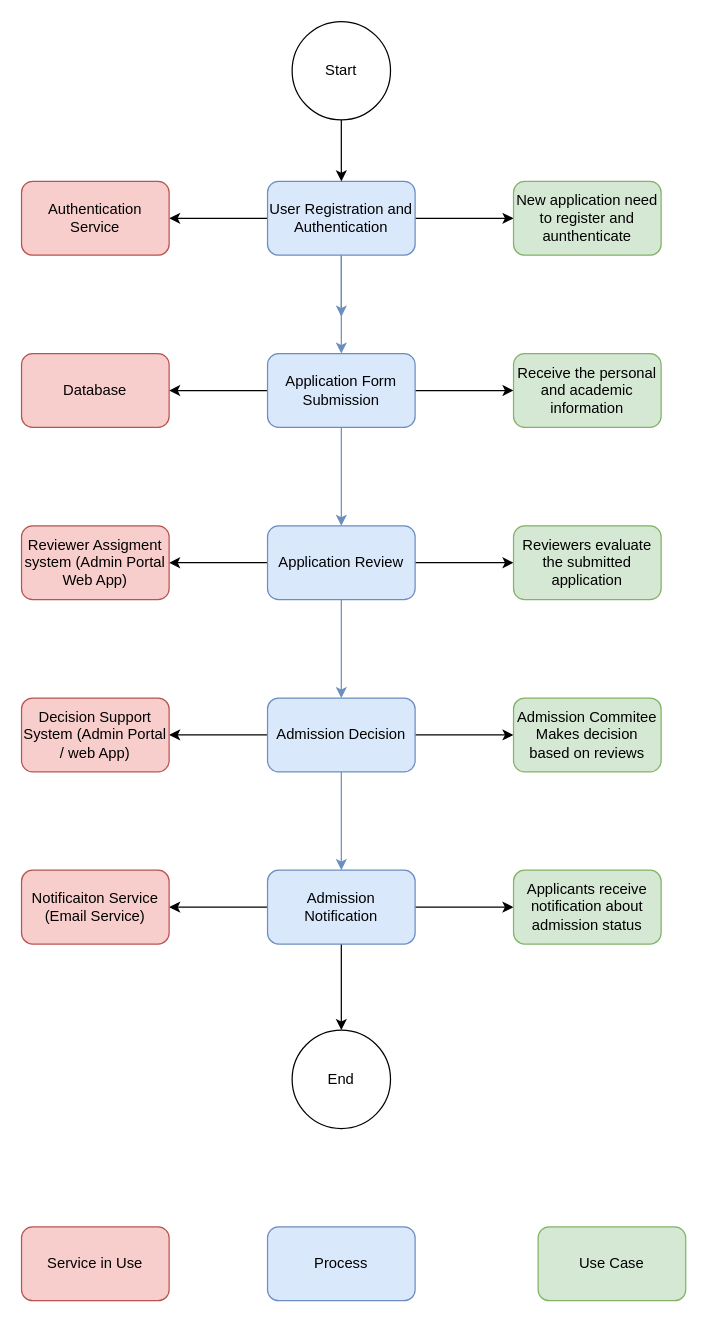
Before: page "BPMN" (1 of 11) of duk_website.drawio in 00Himanshu/System-Security-and-Risk-Analysis, a draw.io diagram. Source tidied: cells renumbered, new cells numbered last; positions are measured from the earlier drawing's top-left corner, leaving out a move shared by most shapes. Both pictures are drawn from the tidied source at 123%, with x=0, y=0 at pixel (21, 21).
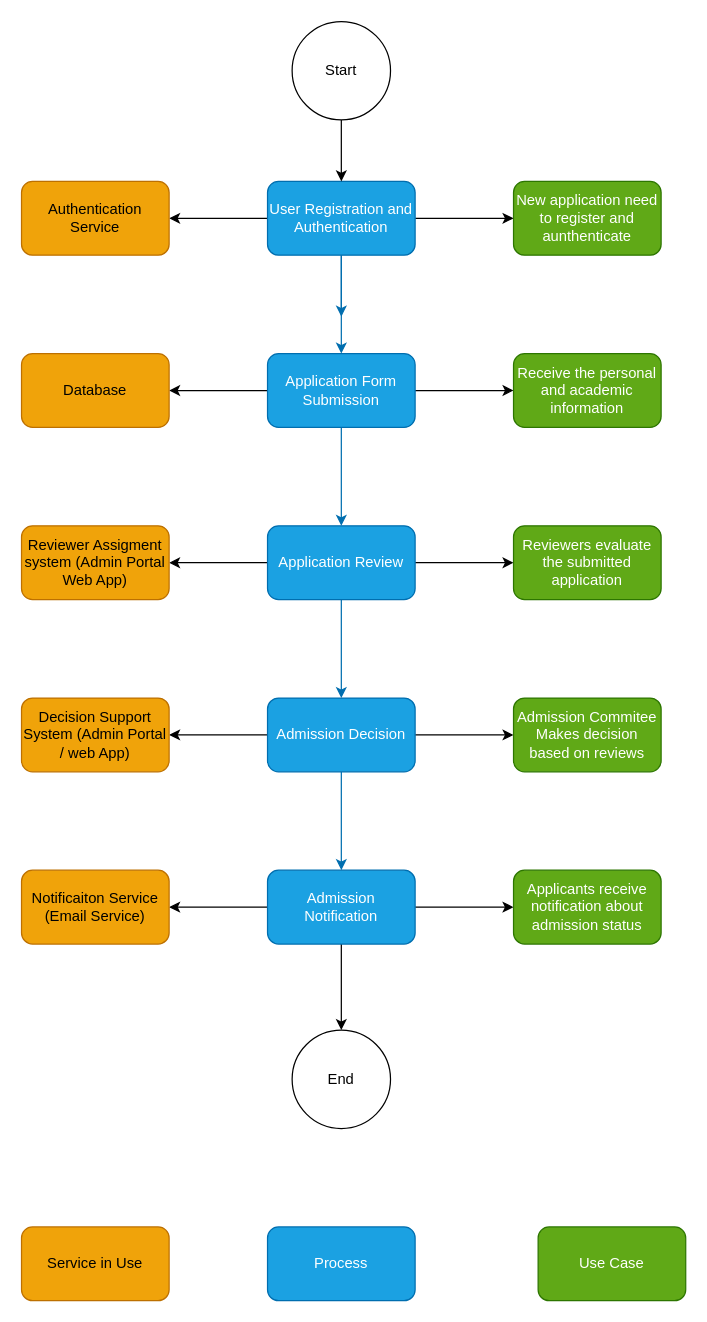
After the change.

Change to the diagram source:
```diff
@@
-    <mxCell id="2" style="edgeStyle=orthogonalEdgeStyle;rounded=0;jettySize=auto;html=1;fillColor=#dae8fc;strokeColor=#6c8ebf;" parent="1" edge="1" source="6">
+    <mxCell id="2" style="edgeStyle=orthogonalEdgeStyle;rounded=0;jettySize=auto;html=1;fillColor=#1ba1e2;strokeColor=#006EAF;" parent="1" edge="1" source="6">
       <mxGeometry relative="1" as="geometry">
         <mxPoint x="260" y="240" as="targetPoint" />
       </mxGeometry>
     </mxCell>
-    <mxCell id="3" style="edgeStyle=orthogonalEdgeStyle;rounded=0;jettySize=auto;html=1;fillColor=#dae8fc;strokeColor=#6c8ebf;" parent="1" edge="1" source="6" target="12">
+    <mxCell id="3" style="edgeStyle=orthogonalEdgeStyle;rounded=0;jettySize=auto;html=1;fillColor=#1ba1e2;strokeColor=#006EAF;" parent="1" edge="1" source="6" target="12">
       <mxGeometry relative="1" as="geometry" />
     </mxCell>
@@
-    <mxCell id="6" value="User Registration and Authentication" style="rounded=1;whiteSpace=wrap;html=1;fillColor=#dae8fc;strokeColor=#6c8ebf;" parent="1" vertex="1">
+    <mxCell id="6" value="User Registration and Authentication" style="rounded=1;whiteSpace=wrap;html=1;fillColor=#1ba1e2;strokeColor=#006EAF;fontColor=#ffffff;" parent="1" vertex="1">
       <mxGeometry x="200" y="130" width="120" height="60" as="geometry" />
     </mxCell>
@@
-    <mxCell id="9" style="edgeStyle=orthogonalEdgeStyle;rounded=0;jettySize=auto;html=1;fillColor=#dae8fc;strokeColor=#6c8ebf;" parent="1" edge="1" source="12" target="16">
+    <mxCell id="9" style="edgeStyle=orthogonalEdgeStyle;rounded=0;jettySize=auto;html=1;fillColor=#1ba1e2;strokeColor=#006EAF;" parent="1" edge="1" source="12" target="16">
       <mxGeometry relative="1" as="geometry" />
     </mxCell>
@@
-    <mxCell id="12" value="Application Form Submission" style="whiteSpace=wrap;html=1;rounded=1;fillColor=#dae8fc;strokeColor=#6c8ebf;" parent="1" vertex="1">
+    <mxCell id="12" value="Application Form Submission" style="whiteSpace=wrap;html=1;rounded=1;fillColor=#1ba1e2;strokeColor=#006EAF;fontColor=#ffffff;" parent="1" vertex="1">
       <mxGeometry x="200" y="270" width="120" height="60" as="geometry" />
     </mxCell>
-    <mxCell id="13" style="edgeStyle=orthogonalEdgeStyle;rounded=0;jettySize=auto;html=1;fillColor=#dae8fc;strokeColor=#6c8ebf;" parent="1" edge="1" source="16" target="20">
+    <mxCell id="13" style="edgeStyle=orthogonalEdgeStyle;rounded=0;jettySize=auto;html=1;fillColor=#1ba1e2;strokeColor=#006EAF;" parent="1" edge="1" source="16" target="20">
       <mxGeometry relative="1" as="geometry" />
     </mxCell>
@@
-    <mxCell id="16" value="Application Review" style="whiteSpace=wrap;html=1;rounded=1;fillColor=#dae8fc;strokeColor=#6c8ebf;" parent="1" vertex="1">
+    <mxCell id="16" value="Application Review" style="whiteSpace=wrap;html=1;rounded=1;fillColor=#1ba1e2;strokeColor=#006EAF;fontColor=#ffffff;" parent="1" vertex="1">
       <mxGeometry x="200" y="410" width="120" height="60" as="geometry" />
     </mxCell>
-    <mxCell id="17" style="edgeStyle=orthogonalEdgeStyle;rounded=0;jettySize=auto;html=1;fillColor=#dae8fc;strokeColor=#6c8ebf;" parent="1" edge="1" source="20" target="24">
+    <mxCell id="17" style="edgeStyle=orthogonalEdgeStyle;rounded=0;jettySize=auto;html=1;fillColor=#1ba1e2;strokeColor=#006EAF;" parent="1" edge="1" source="20" target="24">
       <mxGeometry relative="1" as="geometry" />
     </mxCell>
@@
-    <mxCell id="20" value="Admission Decision" style="whiteSpace=wrap;html=1;rounded=1;fillColor=#dae8fc;strokeColor=#6c8ebf;" parent="1" vertex="1">
+    <mxCell id="20" value="Admission Decision" style="whiteSpace=wrap;html=1;rounded=1;fillColor=#1ba1e2;strokeColor=#006EAF;fontColor=#ffffff;" parent="1" vertex="1">
       <mxGeometry x="200" y="550" width="120" height="60" as="geometry" />
     </mxCell>
@@
-    <mxCell id="24" value="Admission Notification" style="whiteSpace=wrap;html=1;rounded=1;fillColor=#dae8fc;strokeColor=#6c8ebf;" parent="1" vertex="1">
+    <mxCell id="24" value="Admission Notification" style="whiteSpace=wrap;html=1;rounded=1;fillColor=#1ba1e2;strokeColor=#006EAF;fontColor=#ffffff;" parent="1" vertex="1">
       <mxGeometry x="200" y="690" width="120" height="60" as="geometry" />
     </mxCell>
-    <mxCell id="25" value="New application need to register and aunthenticate" style="whiteSpace=wrap;html=1;rounded=1;fillColor=#d5e8d4;strokeColor=#82b366;" parent="1" vertex="1">
+    <mxCell id="25" value="New application need to register and aunthenticate" style="whiteSpace=wrap;html=1;rounded=1;fillColor=#60a917;strokeColor=#2D7600;fontColor=#ffffff;" parent="1" vertex="1">
       <mxGeometry x="400" y="130" width="120" height="60" as="geometry" />
     </mxCell>
-    <mxCell id="26" value="Authentication Service" style="whiteSpace=wrap;html=1;rounded=1;fillColor=#f8cecc;strokeColor=#b85450;" parent="1" vertex="1">
+    <mxCell id="26" value="Authentication Service" style="whiteSpace=wrap;html=1;rounded=1;fillColor=#f0a30a;strokeColor=#BD7000;fontColor=#000000;" parent="1" vertex="1">
       <mxGeometry y="130" width="120" height="60" as="geometry" />
     </mxCell>
-    <mxCell id="27" value="Receive the personal and academic information" style="whiteSpace=wrap;html=1;rounded=1;fillColor=#d5e8d4;strokeColor=#82b366;" parent="1" vertex="1">
+    <mxCell id="27" value="Receive the personal and academic information" style="whiteSpace=wrap;html=1;rounded=1;fillColor=#60a917;strokeColor=#2D7600;fontColor=#ffffff;" parent="1" vertex="1">
       <mxGeometry x="400" y="270" width="120" height="60" as="geometry" />
     </mxCell>
-    <mxCell id="28" value="Database" style="whiteSpace=wrap;html=1;rounded=1;fillColor=#f8cecc;strokeColor=#b85450;" parent="1" vertex="1">
+    <mxCell id="28" value="Database" style="whiteSpace=wrap;html=1;rounded=1;fillColor=#f0a30a;strokeColor=#BD7000;fontColor=#000000;" parent="1" vertex="1">
       <mxGeometry y="270" width="120" height="60" as="geometry" />
     </mxCell>
-    <mxCell id="29" value="Reviewers evaluate the submitted application" style="whiteSpace=wrap;html=1;rounded=1;fillColor=#d5e8d4;strokeColor=#82b366;" parent="1" vertex="1">
+    <mxCell id="29" value="Reviewers evaluate the submitted application" style="whiteSpace=wrap;html=1;rounded=1;fillColor=#60a917;strokeColor=#2D7600;fontColor=#ffffff;" parent="1" vertex="1">
       <mxGeometry x="400" y="410" width="120" height="60" as="geometry" />
     </mxCell>
-    <mxCell id="30" value="Reviewer Assigment system (Admin Portal Web App)" style="whiteSpace=wrap;html=1;rounded=1;fillColor=#f8cecc;strokeColor=#b85450;" parent="1" vertex="1">
+    <mxCell id="30" value="Reviewer Assigment system (Admin Portal Web App)" style="whiteSpace=wrap;html=1;rounded=1;fillColor=#f0a30a;strokeColor=#BD7000;fontColor=#000000;" parent="1" vertex="1">
       <mxGeometry y="410" width="120" height="60" as="geometry" />
     </mxCell>
-    <mxCell id="31" value="Admission Commitee Makes decision based on reviews" style="whiteSpace=wrap;html=1;rounded=1;fillColor=#d5e8d4;strokeColor=#82b366;" parent="1" vertex="1">
+    <mxCell id="31" value="Admission Commitee Makes decision based on reviews" style="whiteSpace=wrap;html=1;rounded=1;fillColor=#60a917;strokeColor=#2D7600;fontColor=#ffffff;" parent="1" vertex="1">
       <mxGeometry x="400" y="550" width="120" height="60" as="geometry" />
     </mxCell>
-    <mxCell id="32" value="Decision Support System (Admin Portal / web App)" style="whiteSpace=wrap;html=1;rounded=1;fillColor=#f8cecc;strokeColor=#b85450;" parent="1" vertex="1">
+    <mxCell id="32" value="Decision Support System (Admin Portal / web App)" style="whiteSpace=wrap;html=1;rounded=1;fillColor=#f0a30a;strokeColor=#BD7000;fontColor=#000000;" parent="1" vertex="1">
       <mxGeometry y="550" width="120" height="60" as="geometry" />
     </mxCell>
-    <mxCell id="33" value="Applicants receive notification about admission status" style="whiteSpace=wrap;html=1;rounded=1;fillColor=#d5e8d4;strokeColor=#82b366;" parent="1" vertex="1">
+    <mxCell id="33" value="Applicants receive notification about admission status" style="whiteSpace=wrap;html=1;rounded=1;fillColor=#60a917;strokeColor=#2D7600;fontColor=#ffffff;" parent="1" vertex="1">
       <mxGeometry x="400" y="690" width="120" height="60" as="geometry" />
     </mxCell>
-    <mxCell id="34" value="Notificaiton Service (Email Service)" style="whiteSpace=wrap;html=1;rounded=1;fillColor=#f8cecc;strokeColor=#b85450;" parent="1" vertex="1">
+    <mxCell id="34" value="Notificaiton Service (Email Service)" style="whiteSpace=wrap;html=1;rounded=1;fillColor=#f0a30a;strokeColor=#BD7000;fontColor=#000000;" parent="1" vertex="1">
       <mxGeometry y="690" width="120" height="60" as="geometry" />
     </mxCell>
@@
-    <mxCell id="36" value="Use Case" style="whiteSpace=wrap;html=1;rounded=1;fillColor=#d5e8d4;strokeColor=#82b366;" parent="1" vertex="1">
+    <mxCell id="36" value="Use Case" style="whiteSpace=wrap;html=1;rounded=1;fillColor=#60a917;strokeColor=#2D7600;fontColor=#ffffff;" parent="1" vertex="1">
       <mxGeometry x="420" y="980" width="120" height="60" as="geometry" />
     </mxCell>
-    <mxCell id="37" value="Process" style="whiteSpace=wrap;html=1;rounded=1;fillColor=#dae8fc;strokeColor=#6c8ebf;" parent="1" vertex="1">
+    <mxCell id="37" value="Process" style="whiteSpace=wrap;html=1;rounded=1;fillColor=#1ba1e2;strokeColor=#006EAF;fontColor=#ffffff;" parent="1" vertex="1">
       <mxGeometry x="200" y="980" width="120" height="60" as="geometry" />
     </mxCell>
-    <mxCell id="38" value="Service in Use" style="whiteSpace=wrap;html=1;rounded=1;fillColor=#f8cecc;strokeColor=#b85450;" parent="1" vertex="1">
+    <mxCell id="38" value="Service in Use" style="whiteSpace=wrap;html=1;rounded=1;fillColor=#f0a30a;strokeColor=#BD7000;fontColor=#000000;" parent="1" vertex="1">
       <mxGeometry y="980" width="120" height="60" as="geometry" />
     </mxCell>
```
